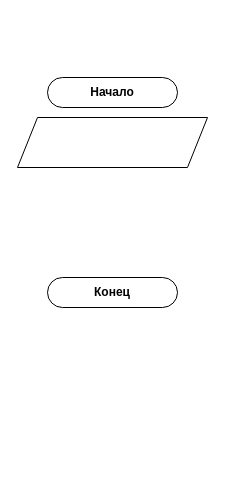
This is docs/schemes/main.drawio from SE-Itmo-Labs/nm-sem4-lab6, a draw.io file, before an edit. Source tidied: cells renumbered, new cells numbered last; positions are measured from the earlier drawing's top-left corner, leaving out a move shared by most shapes. Both pictures are drawn from the tidied source at 100%, with x=0, y=0 at pixel (17, 77).
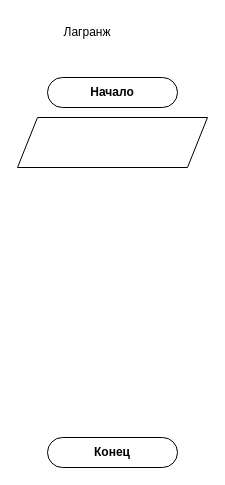
Above is the later version.

The edit, as a diff of the source:
```diff
@@
 <mxGraphModel>
   <root>
     <mxCell id="0" />
     <mxCell id="1" parent="0" />
     <mxCell id="2" value="Начало" style="rounded=1;whiteSpace=wrap;html=1;arcSize=50;fontStyle=1;" parent="1" vertex="1">
       <mxGeometry x="30" width="130" height="30" as="geometry" />
     </mxCell>
     <mxCell id="3" value="Конец" style="rounded=1;whiteSpace=wrap;html=1;arcSize=50;fontStyle=1;" parent="1" vertex="1">
-      <mxGeometry x="30" y="200" width="130" height="30" as="geometry" />
+      <mxGeometry x="30" y="360" width="130" height="30" as="geometry" />
     </mxCell>
     <mxCell id="4" style="shape=parallelogram;perimeter=parallelogramPerimeter;whiteSpace=wrap;html=1;fixedSize=1;" parent="1" vertex="1">
       <mxGeometry y="40" width="190" height="50" as="geometry" />
     </mxCell>
+    <mxCell id="5" value="Лагранж" style="text;html=1;align=center;verticalAlign=middle;whiteSpace=wrap;rounded=0;" parent="1" vertex="1">
+      <mxGeometry x="40" y="-60" width="60" height="30" as="geometry" />
+    </mxCell>
   </root>
 </mxGraphModel>
```
